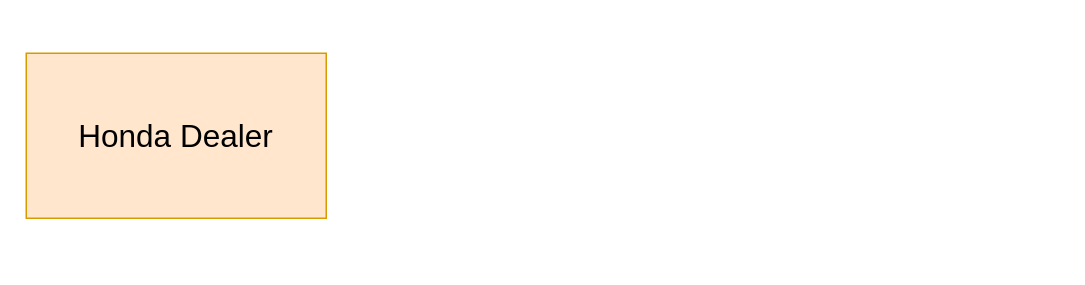
Before: 合作项目.drawio in paidaxingz/draw.io, a draw.io diagram. Source tidied: cells renumbered, new cells numbered last; positions are measured from the earlier drawing's top-left corner, leaving out a move shared by most shapes. Both pictures are drawn from the tidied source at 150%, with x=0, y=0 at pixel (26, 52). Pictures stored in the file or linked from it are replaced by grey dashed boxes.
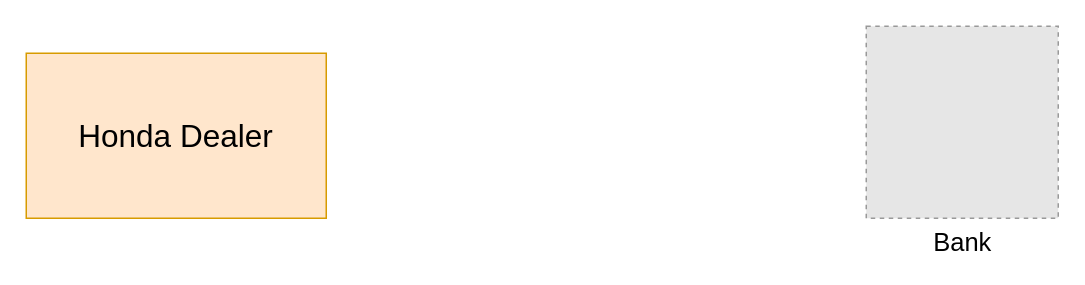
The same page after the edit.

Commit message (it also covers changes not shown here):
更新合作项目.drawio

The edit, as a diff of the source:
```diff
@@
 <mxGraphModel>
   <root>
     <mxCell id="0" />
     <mxCell id="1" parent="0" />
     <mxCell id="2" value="Honda Dealer" style="text;html=1;align=center;verticalAlign=middle;whiteSpace=wrap;rounded=0;fillColor=#ffe6cc;strokeColor=#d79b00;fontSize=21;" parent="1" vertex="1">
       <mxGeometry width="200" height="110" as="geometry" />
     </mxCell>
+    <mxCell id="3" value="&lt;font style=&quot;font-size: 17px;&quot;&gt;Bank&lt;/font&gt;" style="fillColor=#E6E6E6;strokeColor=#999999;dashed=1;html=1;verticalAlign=top;verticalLabelPosition=bottom;labelBackgroundColor=#ffffff;" parent="1" vertex="1">
+      <mxGeometry x="560" y="-18" width="128" height="128" as="geometry" />
+    </mxCell>
   </root>
 </mxGraphModel>
```
